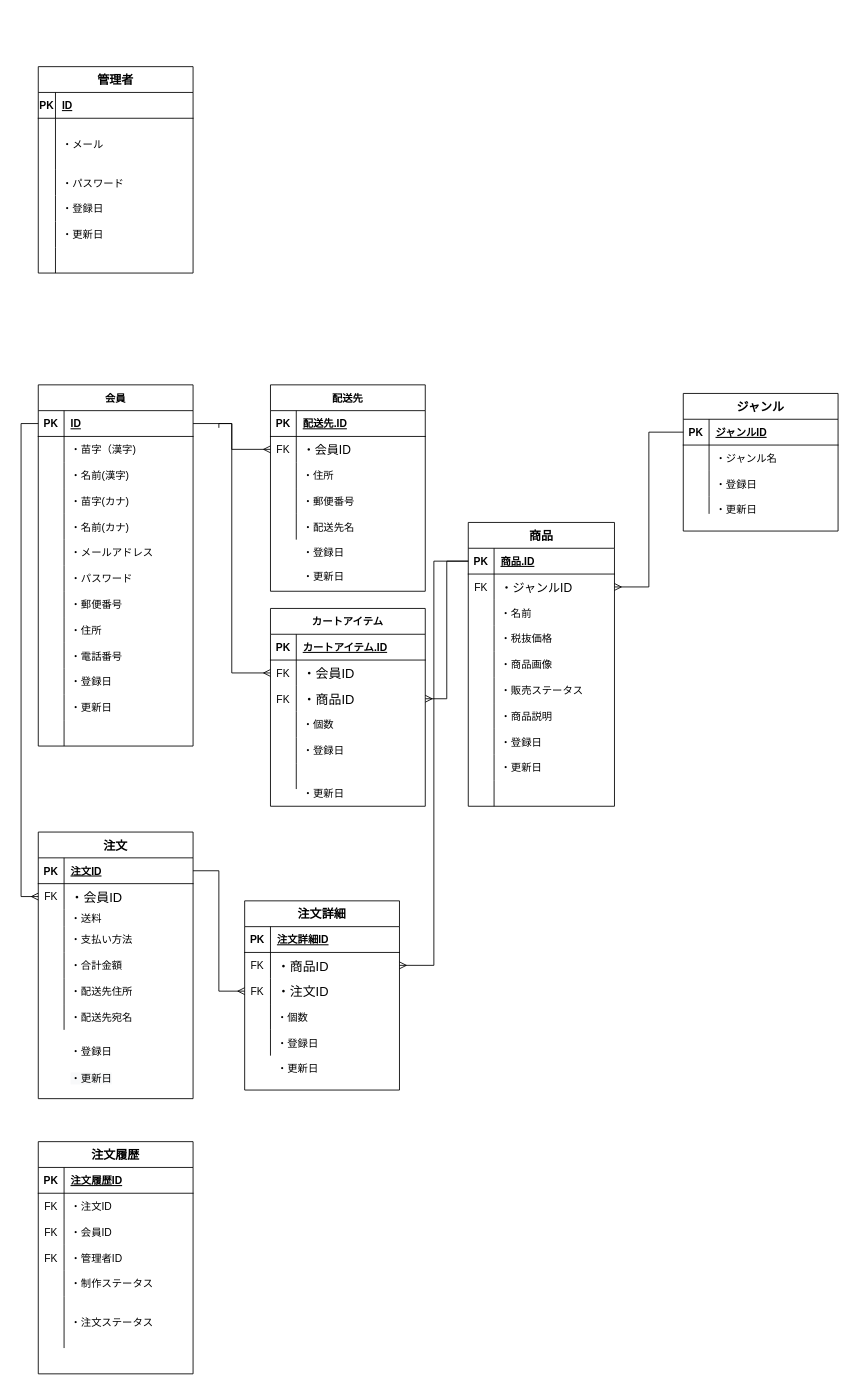
The draw.io diagram Untitled Diagram.drawio in 74905/bookers1_debug_app, before the edit. Source tidied: cells renumbered, new cells numbered last; positions are measured from the earlier drawing's top-left corner, leaving out a move shared by most shapes. Both pictures are drawn from the tidied source at 86%, with x=0, y=0 at pixel (38, 66).
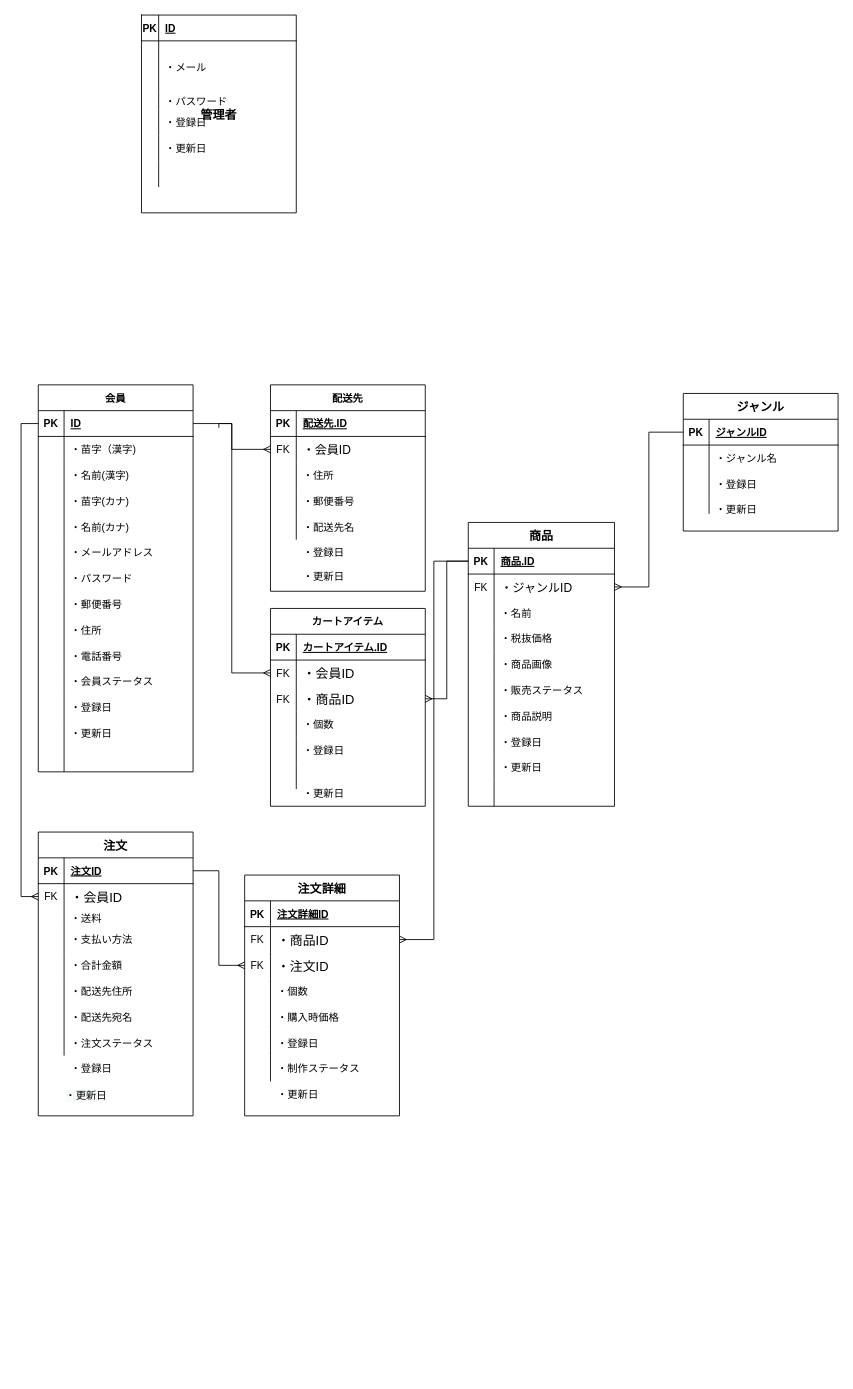
After the change.

Commit message (it also covers changes not shown here):
Untitled Diagram.drawio を更新します

Diff of the diagram source:
```diff
@@
     <mxCell id="2" value="会員" style="shape=table;startSize=30;childLayout=tableLayout;rowLines=0;fontStyle=1;align=center;labelBackgroundColor=none;strokeColor=#000000;strokeWidth=1;fillColor=#ffffff;" parent="1" vertex="1">
-      <mxGeometry y="370" width="180" height="420" as="geometry" />
+      <mxGeometry y="370" width="180" height="450" as="geometry" />
     </mxCell>
@@
+    <mxCell id="212" style="shape=partialRectangle;fillColor=none;top=0;left=0;bottom=0;right=0;labelBackgroundColor=none;strokeColor=#000000;strokeWidth=1;fontSize=15;" parent="2" vertex="1">
+      <mxGeometry y="330" width="180" height="30" as="geometry" />
+    </mxCell>
+    <mxCell id="213" style="shape=partialRectangle;fillColor=none;top=0;left=0;bottom=0;right=0;overflow=hidden;" parent="212" vertex="1">
+      <mxGeometry width="30" height="30" as="geometry" />
+    </mxCell>
+    <mxCell id="214" value="・会員ステータス" style="shape=partialRectangle;fillColor=none;top=0;left=0;bottom=0;right=0;align=left;spacingLeft=6;overflow=hidden;" parent="212" vertex="1">
+      <mxGeometry x="30" width="150" height="30" as="geometry" />
+    </mxCell>
     <mxCell id="33" style="shape=partialRectangle;fillColor=none;top=0;left=0;bottom=0;right=0;labelBackgroundColor=none;strokeColor=#000000;strokeWidth=1;fontSize=15;" parent="2" vertex="1">
-      <mxGeometry y="330" width="180" height="30" as="geometry" />
+      <mxGeometry y="360" width="180" height="30" as="geometry" />
     </mxCell>
@@
     <mxCell id="36" style="shape=partialRectangle;fillColor=none;top=0;left=0;bottom=0;right=0;labelBackgroundColor=none;strokeColor=#000000;strokeWidth=1;fontSize=15;" parent="2" vertex="1">
-      <mxGeometry y="360" width="180" height="30" as="geometry" />
+      <mxGeometry y="390" width="180" height="30" as="geometry" />
     </mxCell>
@@
     <mxCell id="39" style="shape=partialRectangle;fillColor=none;top=0;left=0;bottom=0;right=0;labelBackgroundColor=none;strokeColor=#000000;strokeWidth=1;fontSize=15;" parent="2" vertex="1">
-      <mxGeometry y="390" width="180" height="30" as="geometry" />
+      <mxGeometry y="420" width="180" height="30" as="geometry" />
     </mxCell>
@@
-    <mxCell id="108" value="管理者" style="shape=table;startSize=30;childLayout=tableLayout;rowLines=0;fontStyle=1;align=center;labelBackgroundColor=none;strokeColor=#000000;strokeWidth=1;fillColor=#ffffff;fontSize=14;" parent="1" vertex="1">
-      <mxGeometry width="180" height="240" as="geometry" />
+    <mxCell id="108" value="管理者" style="shape=table;startSize=0;childLayout=tableLayout;rowLines=0;fontStyle=1;align=center;labelBackgroundColor=none;strokeColor=#000000;strokeWidth=1;fillColor=#ffffff;fontSize=14;" parent="1" vertex="1">
+      <mxGeometry x="120" y="-60" width="180" height="230" as="geometry" />
     </mxCell>
     <mxCell id="109" style="shape=partialRectangle;fillColor=none;top=0;left=0;bottom=1;right=0;" parent="108" vertex="1">
-      <mxGeometry y="30" width="180" height="30" as="geometry" />
+      <mxGeometry width="180" height="30" as="geometry" />
     </mxCell>
@@
     <mxCell id="112" style="shape=partialRectangle;fillColor=none;top=0;left=0;bottom=0;right=0;" parent="108" vertex="1">
-      <mxGeometry y="60" width="180" height="60" as="geometry" />
+      <mxGeometry y="30" width="180" height="60" as="geometry" />
     </mxCell>
@@
     <mxCell id="115" style="shape=partialRectangle;fillColor=none;top=0;left=0;bottom=0;right=0;" parent="108" vertex="1">
-      <mxGeometry y="120" width="180" height="30" as="geometry" />
+      <mxGeometry y="90" width="180" height="20" as="geometry" />
     </mxCell>
     <mxCell id="116" style="shape=partialRectangle;fillColor=none;top=0;left=0;bottom=0;right=0;overflow=hidden;" parent="115" vertex="1">
-      <mxGeometry width="20" height="30" as="geometry" />
+      <mxGeometry width="20" height="20" as="geometry" />
     </mxCell>
     <mxCell id="117" value="・パスワード" style="shape=partialRectangle;fillColor=none;top=0;left=0;bottom=0;right=0;align=left;spacingLeft=6;overflow=hidden;" parent="115" vertex="1">
-      <mxGeometry x="20" width="160" height="30" as="geometry" />
+      <mxGeometry x="20" width="160" height="20" as="geometry" />
     </mxCell>
     <mxCell id="118" style="shape=partialRectangle;fillColor=none;top=0;left=0;bottom=0;right=0;labelBackgroundColor=none;strokeColor=#000000;strokeWidth=1;fontSize=14;" parent="108" vertex="1">
-      <mxGeometry y="150" width="180" height="30" as="geometry" />
+      <mxGeometry y="110" width="180" height="30" as="geometry" />
     </mxCell>
@@
     <mxCell id="121" style="shape=partialRectangle;fillColor=none;top=0;left=0;bottom=0;right=0;labelBackgroundColor=none;strokeColor=#000000;strokeWidth=1;fontSize=14;" parent="108" vertex="1">
-      <mxGeometry y="180" width="180" height="30" as="geometry" />
+      <mxGeometry y="140" width="180" height="30" as="geometry" />
     </mxCell>
@@
     <mxCell id="124" style="shape=partialRectangle;fillColor=none;top=0;left=0;bottom=0;right=0;" parent="108" vertex="1">
-      <mxGeometry y="210" width="180" height="30" as="geometry" />
+      <mxGeometry y="170" width="180" height="30" as="geometry" />
     </mxCell>
@@
     <mxCell id="127" value="注文詳細" style="shape=table;startSize=30;childLayout=tableLayout;rowLines=0;fontStyle=1;align=center;labelBackgroundColor=none;strokeColor=#000000;strokeWidth=1;fillColor=#ffffff;fontSize=14;" parent="1" vertex="1">
-      <mxGeometry x="240" y="970" width="180" height="220" as="geometry" />
+      <mxGeometry x="240" y="940" width="180" height="280" as="geometry" />
     </mxCell>
@@
+    <mxCell id="215" style="shape=partialRectangle;fillColor=none;top=0;left=0;bottom=0;right=0;labelBackgroundColor=none;strokeColor=#000000;strokeWidth=1;fontSize=15;" parent="127" vertex="1">
+      <mxGeometry y="150" width="180" height="30" as="geometry" />
+    </mxCell>
+    <mxCell id="216" style="shape=partialRectangle;fillColor=none;top=0;left=0;bottom=0;right=0;overflow=hidden;" parent="215" vertex="1">
+      <mxGeometry width="30" height="30" as="geometry" />
+    </mxCell>
+    <mxCell id="217" value="・購入時価格" style="shape=partialRectangle;fillColor=none;top=0;left=0;bottom=0;right=0;align=left;spacingLeft=6;overflow=hidden;" parent="215" vertex="1">
+      <mxGeometry x="30" width="150" height="30" as="geometry" />
+    </mxCell>
     <mxCell id="140" style="shape=partialRectangle;fillColor=none;top=0;left=0;bottom=0;right=0;labelBackgroundColor=none;strokeColor=#000000;strokeWidth=1;fontSize=15;" parent="127" vertex="1">
-      <mxGeometry y="150" width="180" height="30" as="geometry" />
+      <mxGeometry y="180" width="180" height="30" as="geometry" />
     </mxCell>
@@
+    <mxCell id="218" style="shape=partialRectangle;fillColor=none;top=0;left=0;bottom=0;right=0;labelBackgroundColor=none;strokeColor=#000000;strokeWidth=1;fontSize=15;" parent="127" vertex="1">
+      <mxGeometry y="210" width="180" height="30" as="geometry" />
+    </mxCell>
+    <mxCell id="219" style="shape=partialRectangle;fillColor=none;top=0;left=0;bottom=0;right=0;overflow=hidden;" parent="218" vertex="1">
+      <mxGeometry width="30" height="30" as="geometry" />
+    </mxCell>
+    <mxCell id="193" value="・制作ステータス" style="shape=partialRectangle;fillColor=none;top=0;left=0;bottom=0;right=0;align=left;spacingLeft=6;overflow=hidden;" parent="218" vertex="1">
+      <mxGeometry x="30" width="150" height="30" as="geometry" />
+    </mxCell>
     <mxCell id="143" value="注文" style="shape=table;startSize=30;childLayout=tableLayout;rowLines=0;fontStyle=1;align=center;labelBackgroundColor=none;strokeColor=#000000;strokeWidth=1;fillColor=#ffffff;fontSize=14;" parent="1" vertex="1">
-      <mxGeometry y="890" width="180" height="310" as="geometry" />
+      <mxGeometry y="890" width="180" height="330" as="geometry" />
     </mxCell>
@@
+    <mxCell id="220" style="shape=partialRectangle;fillColor=none;top=0;left=0;bottom=0;right=0;labelBackgroundColor=none;strokeColor=#000000;strokeWidth=1;fontSize=15;" parent="143" vertex="1">
+      <mxGeometry y="230" width="180" height="30" as="geometry" />
+    </mxCell>
+    <mxCell id="221" style="shape=partialRectangle;fillColor=none;top=0;left=0;bottom=0;right=0;overflow=hidden;" parent="220" vertex="1">
+      <mxGeometry width="30" height="30" as="geometry" />
+    </mxCell>
+    <mxCell id="196" value="・注文ステータス" style="shape=partialRectangle;fillColor=none;top=0;left=0;bottom=0;right=0;align=left;spacingLeft=6;overflow=hidden;" parent="220" vertex="1">
+      <mxGeometry x="30" width="150" height="30" as="geometry" />
+    </mxCell>
@@
-    <mxCell id="178" value="注文履歴" style="shape=table;startSize=30;childLayout=tableLayout;rowLines=0;fontStyle=1;align=center;labelBackgroundColor=none;strokeColor=#000000;strokeWidth=1;fillColor=#ffffff;fontSize=14;" parent="1" vertex="1">
-      <mxGeometry y="1250" width="180" height="270" as="geometry" />
-    </mxCell>
-    <mxCell id="179" style="shape=partialRectangle;fillColor=none;top=0;left=0;bottom=1;right=0;" parent="178" vertex="1">
-      <mxGeometry y="30" width="180" height="30" as="geometry" />
-    </mxCell>
-    <mxCell id="180" value="PK" style="shape=partialRectangle;fillColor=none;top=0;left=0;bottom=0;right=0;fontStyle=1;overflow=hidden;" parent="179" vertex="1">
-      <mxGeometry width="30" height="30" as="geometry" />
-    </mxCell>
-    <mxCell id="181" value="注文履歴ID" style="shape=partialRectangle;fillColor=none;top=0;left=0;bottom=0;right=0;align=left;spacingLeft=6;fontStyle=5;overflow=hidden;" parent="179" vertex="1">
-      <mxGeometry x="30" width="150" height="30" as="geometry" />
-    </mxCell>
-    <mxCell id="182" style="shape=partialRectangle;fillColor=none;top=0;left=0;bottom=0;right=0;" parent="178" vertex="1">
-      <mxGeometry y="60" width="180" height="30" as="geometry" />
-    </mxCell>
-    <mxCell id="183" value="FK" style="shape=partialRectangle;fillColor=none;top=0;left=0;bottom=0;right=0;overflow=hidden;" parent="182" vertex="1">
-      <mxGeometry width="30" height="30" as="geometry" />
-    </mxCell>
-    <mxCell id="184" value="・注文ID" style="shape=partialRectangle;fillColor=none;top=0;left=0;bottom=0;right=0;align=left;spacingLeft=6;overflow=hidden;" parent="182" vertex="1">
-      <mxGeometry x="30" width="150" height="30" as="geometry" />
-    </mxCell>
-    <mxCell id="185" style="shape=partialRectangle;fillColor=none;top=0;left=0;bottom=0;right=0;" parent="178" vertex="1">
-      <mxGeometry y="90" width="180" height="30" as="geometry" />
-    </mxCell>
-    <mxCell id="186" value="FK" style="shape=partialRectangle;fillColor=none;top=0;left=0;bottom=0;right=0;overflow=hidden;" parent="185" vertex="1">
-      <mxGeometry width="30" height="30" as="geometry" />
-    </mxCell>
-    <mxCell id="187" value="・会員ID" style="shape=partialRectangle;fillColor=none;top=0;left=0;bottom=0;right=0;align=left;spacingLeft=6;overflow=hidden;" parent="185" vertex="1">
-      <mxGeometry x="30" width="150" height="30" as="geometry" />
-    </mxCell>
-    <mxCell id="188" style="shape=partialRectangle;fillColor=none;top=0;left=0;bottom=0;right=0;labelBackgroundColor=none;strokeColor=#000000;strokeWidth=1;fontSize=14;" parent="178" vertex="1">
-      <mxGeometry y="120" width="180" height="30" as="geometry" />
-    </mxCell>
-    <mxCell id="189" value="FK" style="shape=partialRectangle;fillColor=none;top=0;left=0;bottom=0;right=0;overflow=hidden;" parent="188" vertex="1">
-      <mxGeometry width="30" height="30" as="geometry" />
-    </mxCell>
-    <mxCell id="190" value="・管理者ID" style="shape=partialRectangle;fillColor=none;top=0;left=0;bottom=0;right=0;align=left;spacingLeft=6;overflow=hidden;" parent="188" vertex="1">
-      <mxGeometry x="30" width="150" height="30" as="geometry" />
-    </mxCell>
-    <mxCell id="191" style="shape=partialRectangle;fillColor=none;top=0;left=0;bottom=0;right=0;labelBackgroundColor=none;strokeColor=#000000;strokeWidth=1;fontSize=14;" parent="178" vertex="1">
-      <mxGeometry y="150" width="180" height="30" as="geometry" />
-    </mxCell>
-    <mxCell id="192" style="shape=partialRectangle;fillColor=none;top=0;left=0;bottom=0;right=0;overflow=hidden;" parent="191" vertex="1">
-      <mxGeometry width="30" height="30" as="geometry" />
-    </mxCell>
-    <mxCell id="193" value="・制作ステータス" style="shape=partialRectangle;fillColor=none;top=0;left=0;bottom=0;right=0;align=left;spacingLeft=6;overflow=hidden;" parent="191" vertex="1">
-      <mxGeometry x="30" width="150" height="30" as="geometry" />
-    </mxCell>
-    <mxCell id="194" style="shape=partialRectangle;fillColor=none;top=0;left=0;bottom=0;right=0;" parent="178" vertex="1">
-      <mxGeometry y="180" width="180" height="60" as="geometry" />
-    </mxCell>
-    <mxCell id="195" style="shape=partialRectangle;fillColor=none;top=0;left=0;bottom=0;right=0;overflow=hidden;" parent="194" vertex="1">
-      <mxGeometry width="30" height="60" as="geometry" />
-    </mxCell>
-    <mxCell id="196" value="・注文ステータス" style="shape=partialRectangle;fillColor=none;top=0;left=0;bottom=0;right=0;align=left;spacingLeft=6;overflow=hidden;" parent="194" vertex="1">
-      <mxGeometry x="30" width="150" height="60" as="geometry" />
-    </mxCell>
@@
     <mxCell id="209" value="・更新日" style="shape=partialRectangle;fillColor=none;top=0;left=0;bottom=0;right=0;align=left;spacingLeft=6;overflow=hidden;" parent="1" vertex="1">
-      <mxGeometry x="270" y="1150" width="150" height="30" as="geometry" />
+      <mxGeometry x="270" y="1180" width="150" height="30" as="geometry" />
     </mxCell>
     <mxCell id="210" value="&lt;span style=&quot;color: rgb(0, 0, 0); font-family: helvetica; font-size: 12px; font-style: normal; font-weight: 400; letter-spacing: normal; text-align: left; text-indent: 0px; text-transform: none; word-spacing: 0px; background-color: rgb(248, 249, 250); display: inline; float: none;&quot;&gt;・更新日&lt;/span&gt;" style="text;whiteSpace=wrap;html=1;fontSize=15;" parent="1" vertex="1">
-      <mxGeometry x="36" y="1160" width="70" height="30" as="geometry" />
+      <mxGeometry x="30" y="1180" width="70" height="30" as="geometry" />
     </mxCell>
     <mxCell id="211" value="・登録日" style="shape=partialRectangle;fillColor=none;top=0;left=0;bottom=0;right=0;align=left;spacingLeft=6;overflow=hidden;" parent="1" vertex="1">
-      <mxGeometry x="30" y="1130" width="150" height="30" as="geometry" />
+      <mxGeometry x="30" y="1150" width="150" height="30" as="geometry" />
     </mxCell>
```
